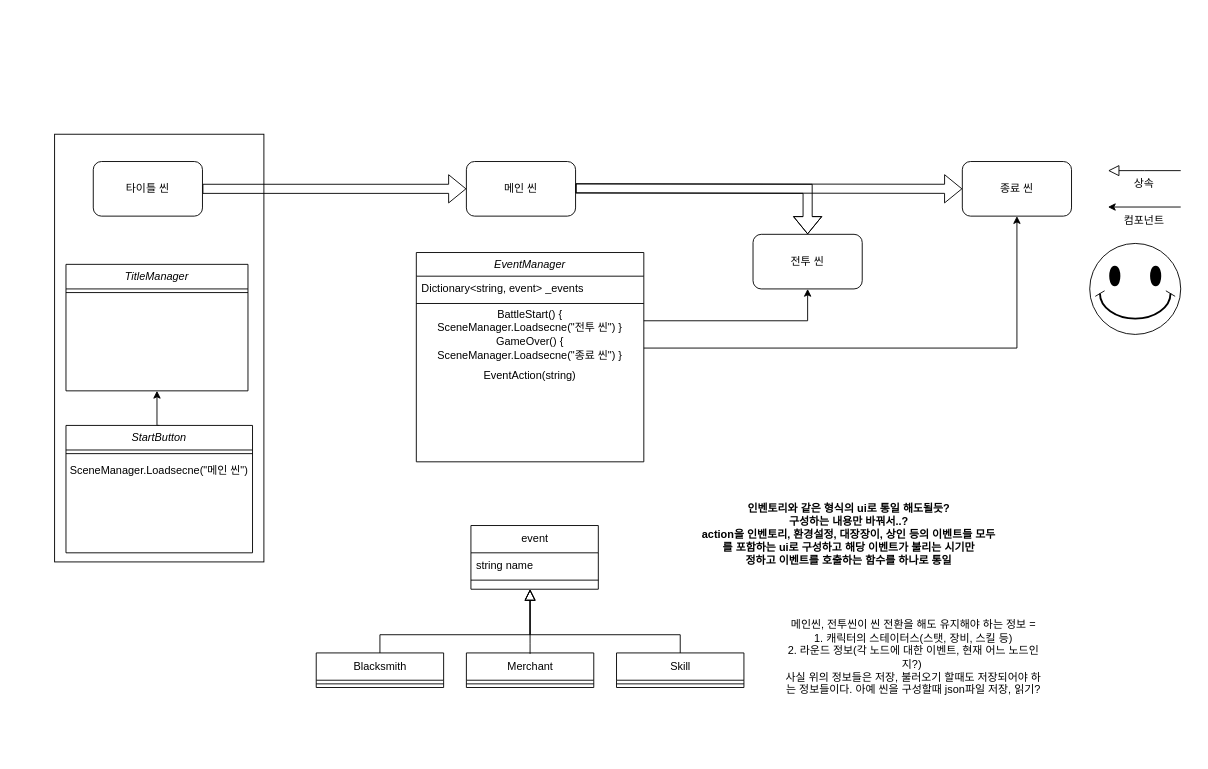
yugd1211/42_Rogue_Scene_Diagram keeps this draw.io diagram as Scene_Diagram.drawio. Above is the earlier version. Source tidied: cells renumbered, new cells numbered last; positions are measured from the earlier drawing's top-left corner, leaving out a move shared by most shapes. Both pictures are drawn from the tidied source at 91%, with x=0, y=0 at pixel (54, 134).
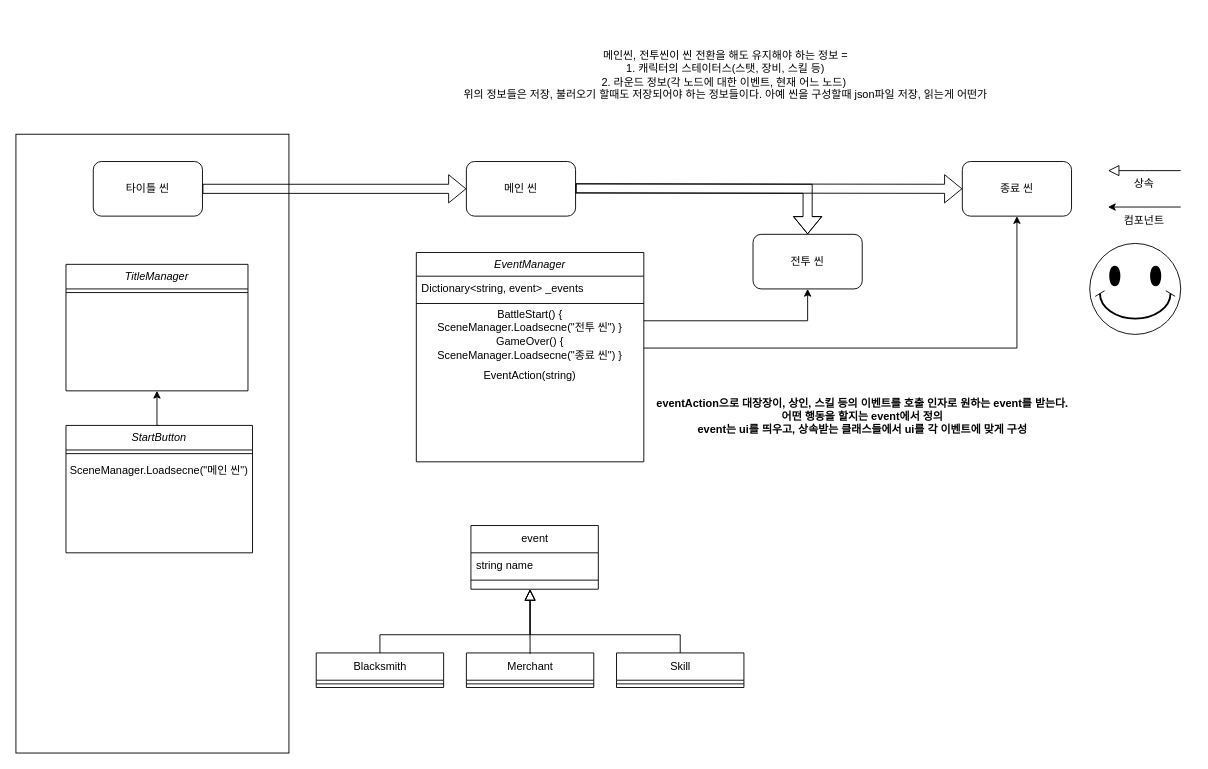
Above is the later version.

The edit, as a diff of the source:
```diff
@@
     <mxCell id="2" style="rounded=0;whiteSpace=wrap;html=1;fontFamily=Helvetica;fontSize=12;fontColor=default;fillColor=none;gradientColor=none;" parent="1" vertex="1">
-      <mxGeometry x="0.5" width="230" height="470" as="geometry" />
+      <mxGeometry x="-42" width="300" height="680" as="geometry" />
     </mxCell>
@@
-    <mxCell id="34" value="인벤토리와 같은 형식의 ui로 통일 해도될듯?&lt;br&gt;구성하는 내용만 바꿔서..?&lt;br&gt;action을 인벤토리, 환경설정, 대장장이, 상인 등의 이벤트들 모두&lt;br&gt;를 포함하는 ui로 구성하고 해당 이벤트가 불리는 시기만&lt;br&gt;정하고 이벤트를 호출하는 함수를 하나로 통일&lt;br&gt;" style="text;strokeColor=none;fillColor=none;html=1;fontSize=12;fontStyle=1;verticalAlign=middle;align=center;fontFamily=Helvetica;fontColor=default;" parent="1" vertex="1">
-      <mxGeometry x="718" y="390" width="310" height="100" as="geometry" />
+    <mxCell id="34" value="eventAction으로 대장장이, 상인, 스킬 등의 이벤트를 호출 인자로 원하는 event를 받는다.&lt;br&gt;어떤 행동을 할지는 event에서 정의&lt;br&gt;event는 ui를 띄우고, 상속받는 클래스들에서 ui를 각 이벤트에 맞게 구성" style="text;strokeColor=none;fillColor=none;html=1;fontSize=12;fontStyle=1;verticalAlign=middle;align=center;fontFamily=Helvetica;fontColor=default;" parent="1" vertex="1">
+      <mxGeometry x="648" y="260" width="480" height="100" as="geometry" />
     </mxCell>
-    <mxCell id="35" value="메인씬, 전투씬이 씬 전환을 해도 유지해야 하는 정보 = &lt;br&gt;1. 캐릭터의 스테이터스(스탯, 장비, 스킬 등)&lt;br&gt;2. 라운드 정보(각 노드에 대한 이벤트, 현재 어느 노드인지?)&amp;nbsp;&lt;br&gt;사실 위의 정보들은 저장, 불러오기 할때도 저장되어야 하는 정보들이다. 아예 씬을 구성할때 json파일 저장, 읽기?" style="text;html=1;strokeColor=none;fillColor=none;align=center;verticalAlign=middle;whiteSpace=wrap;rounded=0;" parent="1" vertex="1">
-      <mxGeometry x="798" y="510" width="293" height="130" as="geometry" />
+    <mxCell id="35" value="메인씬, 전투씬이 씬 전환을 해도 유지해야 하는 정보 = &lt;br&gt;1. 캐릭터의 스테이터스(스탯, 장비, 스킬 등)&lt;br&gt;2. 라운드 정보(각 노드에 대한 이벤트, 현재 어느 노드)&amp;nbsp;&lt;br&gt;위의 정보들은 저장, 불러오기 할때도 저장되어야 하는 정보들이다. 아예 씬을 구성할때 json파일 저장, 읽는게 어떤가" style="text;html=1;strokeColor=none;fillColor=none;align=center;verticalAlign=middle;whiteSpace=wrap;rounded=0;" parent="1" vertex="1">
+      <mxGeometry x="438" y="-130" width="600" height="130" as="geometry" />
     </mxCell>
```
